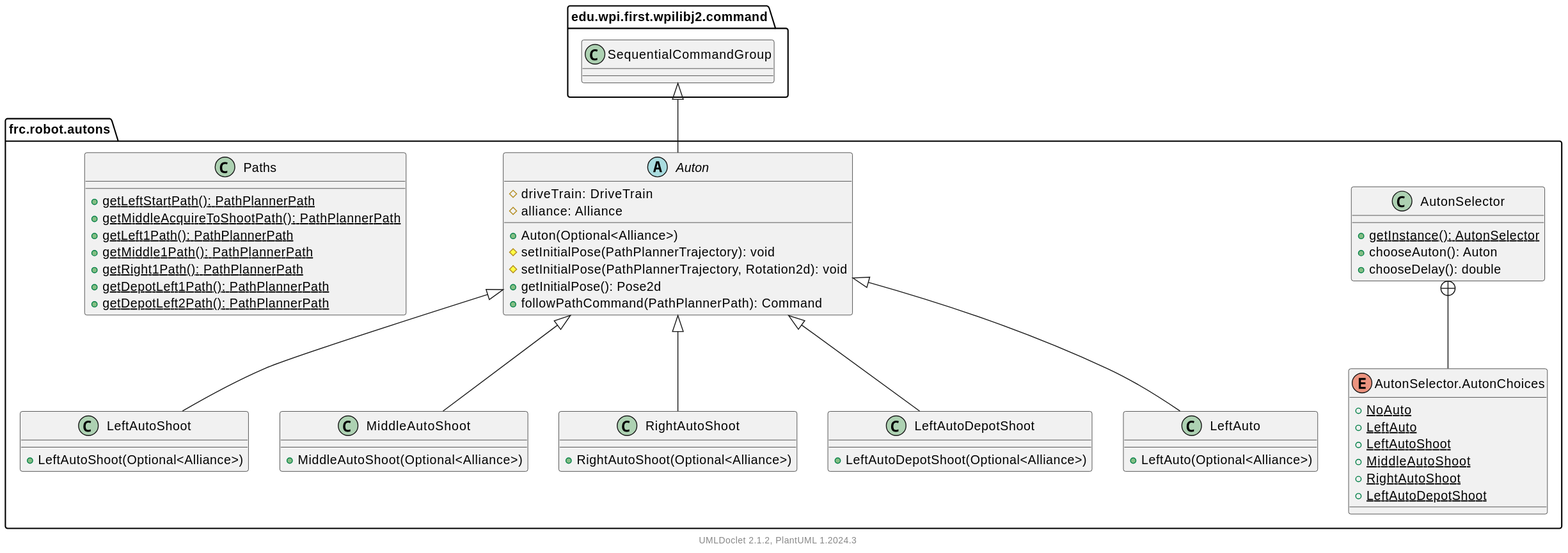
Before: docs/uml/frc/robot/autons/package.svg, a diagram exported from PlantUML (LakotaRobotics1038/2026RobotProject).
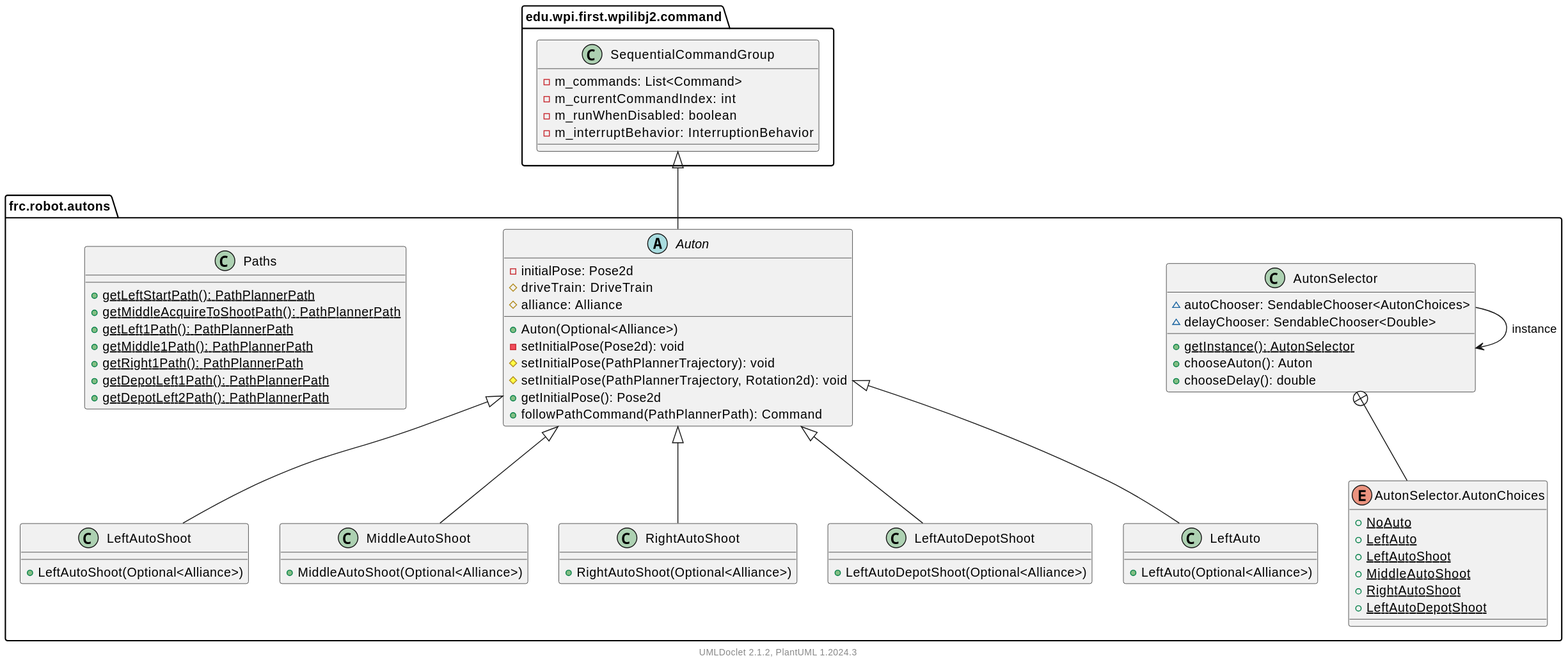
Above is the later version.

The edit, as a diff of the source:
```diff
@@ -26,9 +26,11 @@
         }
 
         abstract class Auton [[Auton.html]] {
+            -initialPose: Pose2d
             #driveTrain: DriveTrain
             #alliance: Alliance
             +Auton(Optional<Alliance>)
+            -setInitialPose(Pose2d): void
             #setInitialPose(PathPlannerTrajectory): void
             #setInitialPose(PathPlannerTrajectory, Rotation2d): void
             +getInitialPose(): Pose2d
@@ -40,6 +42,8 @@
         }
 
         class AutonSelector [[AutonSelector.html]] {
+            ~autoChooser: SendableChooser<AutonChoices>
+            ~delayChooser: SendableChooser<Double>
             {static} +getInstance(): AutonSelector
             +chooseAuton(): Auton
             +chooseDelay(): double
@@ -62,6 +66,10 @@
 
     package edu.wpi.first.wpilibj2.command {
         class SequentialCommandGroup {
+            -m_commands: List<Command>
+            -m_currentCommandIndex: int
+            -m_runWhenDisabled: boolean
+            -m_interruptBehavior: InterruptionBehavior
         }
     }
 
@@ -70,6 +78,7 @@
     frc.robot.autons::Auton <|-- frc.robot.autons::RightAutoShoot
     edu.wpi.first.wpilibj2.command::SequentialCommandGroup <|-- frc.robot.autons::Auton
     frc.robot.autons::Auton <|-- frc.robot.autons::LeftAutoDepotShoot
+    frc.robot.autons::AutonSelector --> frc.robot.autons::AutonSelector: instance
     frc.robot.autons::AutonSelector +-- frc.robot.autons::AutonSelector.AutonChoices
     frc.robot.autons::Auton <|-- frc.robot.autons::LeftAuto
     center footer UMLDoclet 2.1.2, PlantUML %version()
```
